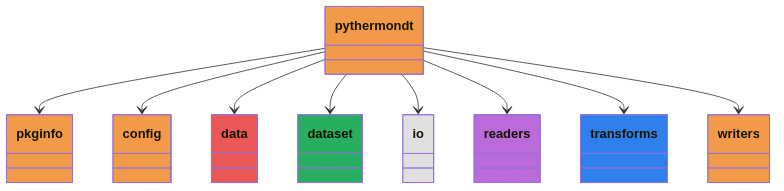
voidsy-gmbh/pyThermoNDT keeps this Mermaid diagram as docs/pyreverse/images/packages_Overview.png. Above is the earlier version. Its source is kept beside it as docs/pyreverse/mermaid/packages_Overview.mmd.
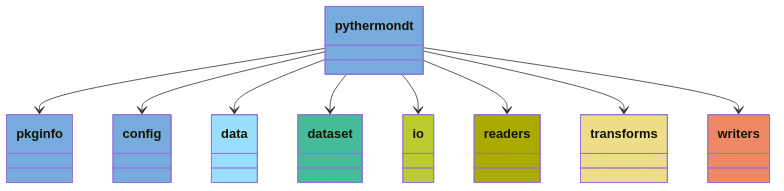
Above is the later version.

Diff of the diagram source:
```diff
@@ -1,31 +1,31 @@
 classDiagram
   class pythermondt {
   }
-  style pythermondt fill:#F2994A
+  style pythermondt fill:#77AADD
   class __pkginfo__ {
   }
-  style __pkginfo__ fill:#F2994A
+  style __pkginfo__ fill:#77AADD
   class config {
   }
-  style config fill:#F2994A
+  style config fill:#77AADD
   class data {
   }
-  style data fill:#EB5757
+  style data fill:#99DDFF
   class dataset {
   }
-  style dataset fill:#27AE60
+  style dataset fill:#44BB99
   class io {
   }
-  style io fill:#E0E0E0
+  style io fill:#BBCC33
   class readers {
   }
-  style readers fill:#BB6BD9
+  style readers fill:#AAAA00
   class transforms {
   }
-  style transforms fill:#2F80ED
+  style transforms fill:#EEDD88
   class writers {
   }
-  style writers fill:#F2994A
+  style writers fill:#EE8866
   pythermondt --> __pkginfo__
   pythermondt --> config
   pythermondt --> data
```
